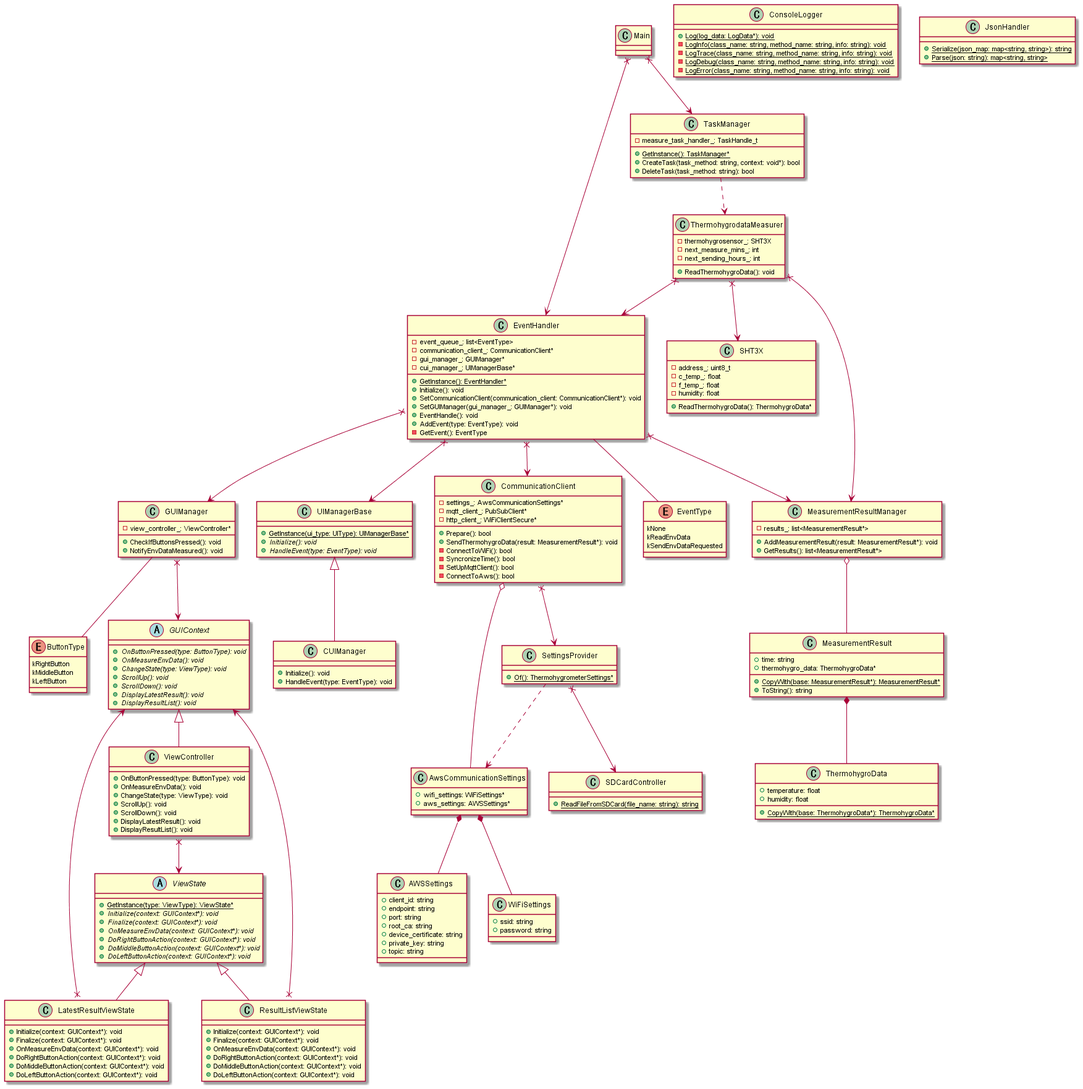
Earlier version of the PlantUML export DesignDocs/M5StackThermohygrometer/class_diagram.png (chukeblo/thermohygrometer).
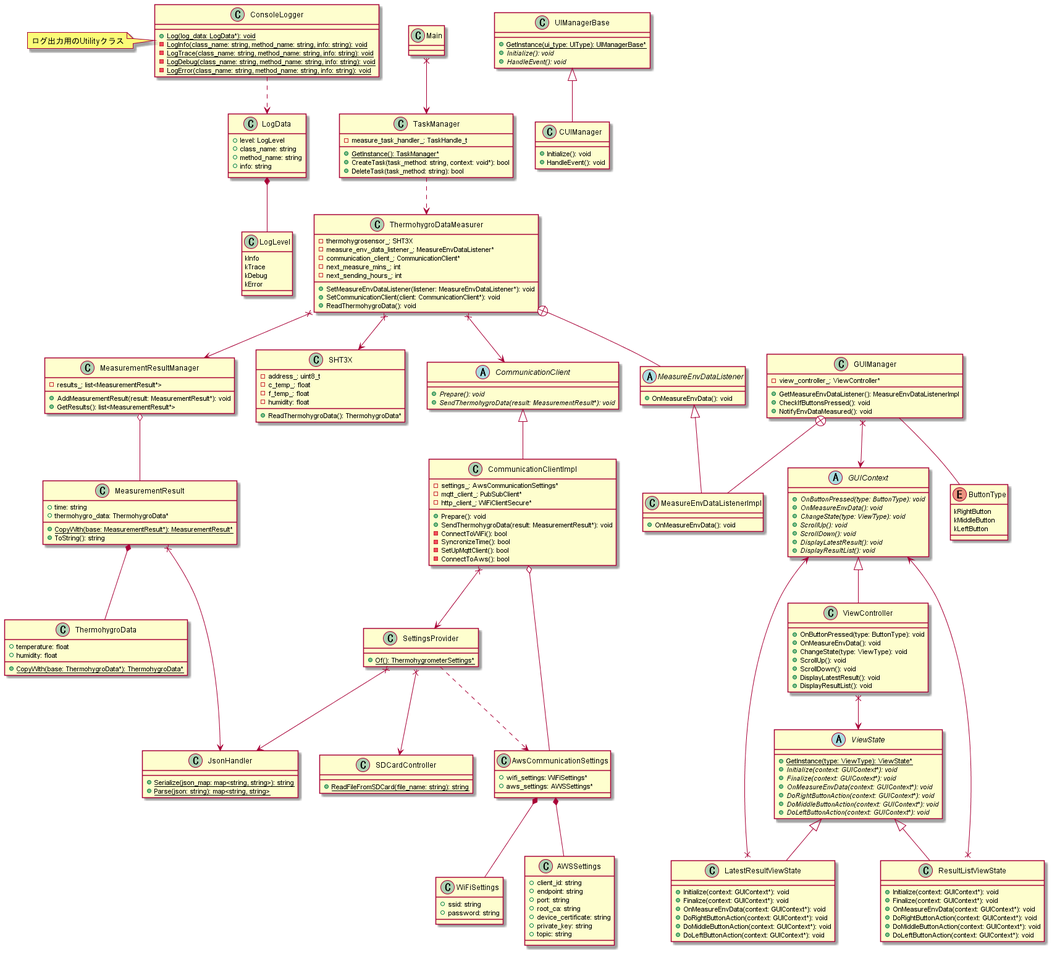
After the change.

Commit message:
update image of class diagram for m5stack thermohygrometer

Diff of the diagram source:
```diff
@@ -1,41 +1,18 @@
 @startuml class diagram
 
-Main x--> EventHandler
 Main x--> TaskManager
 
-class EventHandler {
-    - event_queue_: list<EventType>
-    - communication_client_: CommunicationClient*
-    - gui_manager_: GUIManager*
-    - cui_manager_: UIManagerBase*
-
-    + {static} GetInstance(): EventHandler*
-    + Initialize(): void
-    + SetCommunicationClient(communication_client: CommunicationClient*): void
-    + SetGUIManager(gui_manager_: GUIManager*): void
-    + EventHandle(): void
-    + AddEvent(type: EventType): void
-    - GetEvent(): EventType
+abstract class CommunicationClient {
+    + {abstract} Prepare(): void
+    + {abstract} SendThermohygroData(result: MeasurementResult*): void
 }
 
-enum EventType {
-    kNone
-    kReadEnvData
-    kSendEnvDataRequested
-}
-
-EventHandler -- EventType
-EventHandler x--> GUIManager
-EventHandler x--> UIManagerBase
-EventHandler x--> CommunicationClient
-EventHandler x--> MeasurementResultManager
-
-class CommunicationClient {
+class CommunicationClientImpl {
     - settings_: AwsCommunicationSettings*
     - mqtt_client_: PubSubClient*
     - http_client_: WiFiClientSecure*
 
-    + Prepare(): bool
+    + Prepare(): void
     + SendThermohygroData(result: MeasurementResult*): void
     - ConnectToWiFi(): bool
     - SyncronizeTime(): bool
@@ -43,8 +20,9 @@
     - ConnectToAws(): bool
 }
 
-CommunicationClient o-- AwsCommunicationSettings
-CommunicationClient x--> SettingsProvider
+CommunicationClient <|-- CommunicationClientImpl
+CommunicationClientImpl o-- AwsCommunicationSettings
+CommunicationClientImpl x--> SettingsProvider
 
 class SettingsProvider {
     + {static} Of(): ThermohygrometerSettings*
@@ -52,6 +30,7 @@
 
 SettingsProvider ..> AwsCommunicationSettings
 SettingsProvider x--> SDCardController
+SettingsProvider x--> JsonHandler
 
 class AwsCommunicationSettings {
     + wifi_settings: WiFiSettings*
@@ -80,6 +59,11 @@
     + {static} ReadFileFromSDCard(file_name: string): string
 }
 
+class JsonHandler {
+    + {static} Serialize(json_map: map<string, string>): string
+    + {static} Parse(json: string): map<string, string>
+}
+
 class ConsoleLogger {
     + {static} Log(log_data: LogData*): void
     - {static} LogInfo(class_name: string, method_name: string, info: string): void
@@ -88,22 +72,44 @@
     - {static} LogError(class_name: string, method_name: string, info: string): void
 }
 
+ConsoleLogger ..> LogData
+note left of ConsoleLogger
+    ログ出力用のUtilityクラス
+end note
+
+class LogData {
+    + level: LogLevel
+    + class_name: string
+    + method_name: string
+    + info: string
+}
+
+LogData *-- LogLevel
+
+class LogLevel {
+    kInfo
+    kTrace
+    kDebug
+    kError
+}
+
 class UIManagerBase {
     + {static} GetInstance(ui_type: UIType): UIManagerBase*
     + {abstract} Initialize(): void
-    + {abstract} HandleEvent(type: EventType): void
+    + {abstract} HandleEvent(): void
 }
 
 UIManagerBase <|-- CUIManager
 
 class CUIManager {
     + Initialize(): void
-    + HandleEvent(type: EventType): void
+    + HandleEvent(): void
 }
 
 class GUIManager {
     - view_controller_: ViewController*
 
+    + GetMeasureEnvDataListener(): MeasureEnvDataListenerImpl
     + CheckIfButtonsPressed(): void
     + NotifyEnvDataMeasured(): void
 }
@@ -116,6 +122,13 @@
 
 GUIManager -- ButtonType
 GUIManager x--> GUIContext
+GUIManager +-- MeasureEnvDataListenerImpl
+
+class MeasureEnvDataListenerImpl {
+    + OnMeasureEnvData(): void
+}
+
+MeasureEnvDataListener <|-- MeasureEnvDataListenerImpl
 
 abstract class GUIContext {
     + {abstract} OnButtonPressed(type: ButtonType): void
@@ -175,11 +188,6 @@
 
 ResultListViewState x--> GUIContext
 
-class JsonHandler {
-    + {static} Serialize(json_map: map<string, string>): string
-    + {static} Parse(json: string): map<string, string>
-}
-
 class TaskManager {
     - measure_task_handler_: TaskHandle_t
 
@@ -188,19 +196,28 @@
     + DeleteTask(task_method: string): bool
 }
 
-TaskManager ..> ThermohygrodataMeasurer
+TaskManager ..> ThermohygroDataMeasurer
 
-class ThermohygrodataMeasurer {
+class ThermohygroDataMeasurer {
     - thermohygrosensor_: SHT3X
+    - measure_env_data_listener_: MeasureEnvDataListener*
+    - communication_client_: CommunicationClient*
     - next_measure_mins_: int
     - next_sending_hours_: int
 
+    + SetMeasureEnvDataListener(listener: MeasureEnvDataListener*): void
+    + SetCommunicationClient(client: CommunicationClient*): void
     + ReadThermohygroData(): void
 }
 
-ThermohygrodataMeasurer x--> SHT3X
-ThermohygrodataMeasurer x--> MeasurementResultManager
-ThermohygrodataMeasurer x--> EventHandler
+ThermohygroDataMeasurer x--> SHT3X
+ThermohygroDataMeasurer x--> MeasurementResultManager
+ThermohygroDataMeasurer +-- MeasureEnvDataListener
+ThermohygroDataMeasurer x--> CommunicationClient
+
+abstract class MeasureEnvDataListener {
+    + OnMeasureEnvData(): void
+}
 
 class SHT3X {
     - address_: uint8_t
@@ -237,4 +254,6 @@
     + GetResults(): list<MeasurementResult*>
 }
 
+MeasurementResult x--> JsonHandler
+
 @enduml
```
